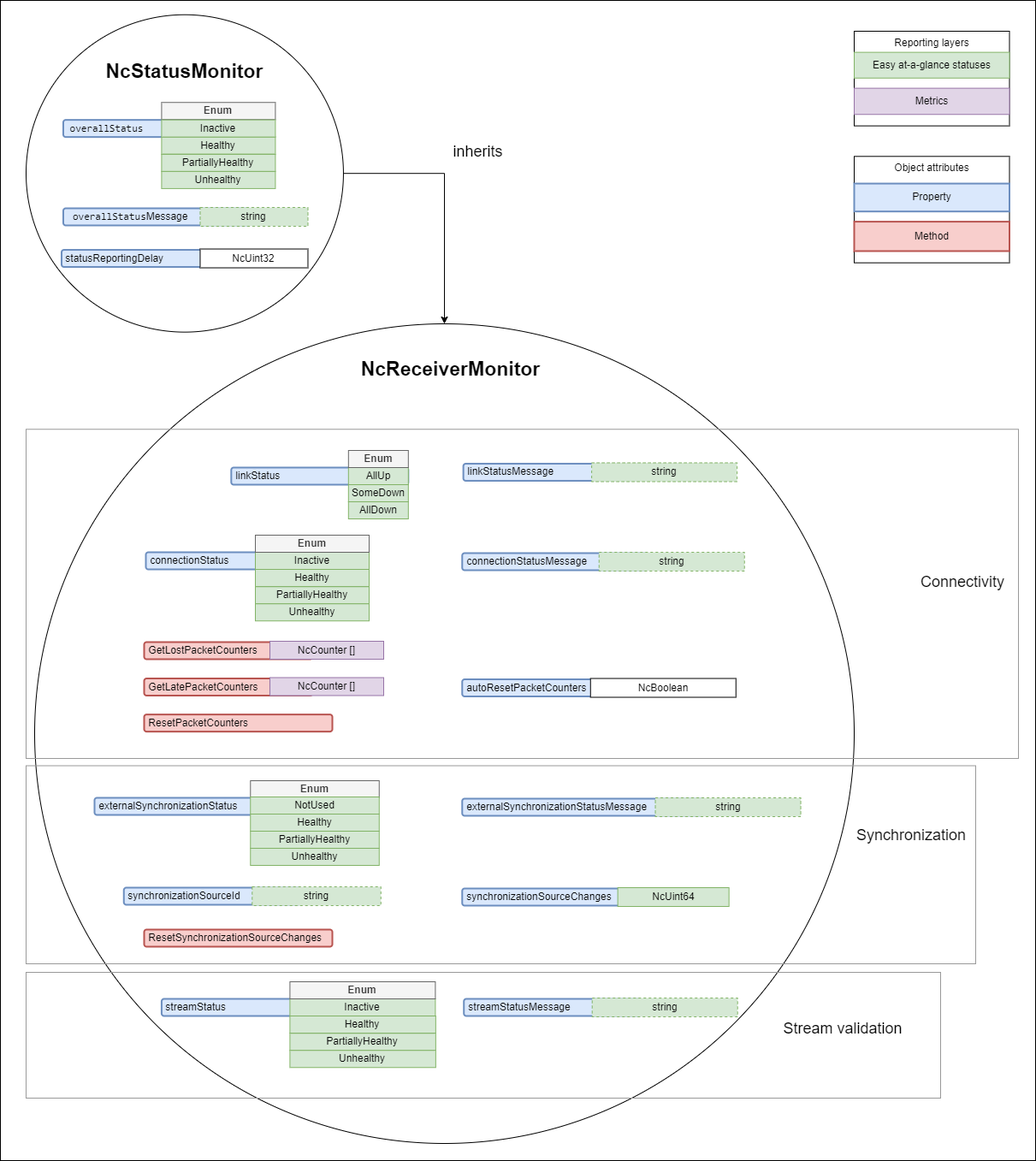
AMWA-TV/bcp-008-01 keeps this draw.io diagram as docs/images/receiver-model-minimal.png. Above is the earlier version. Source tidied: cells renumbered, new cells last; positions are measured from the earlier drawing's top-left corner, leaving out a move shared by most shapes.
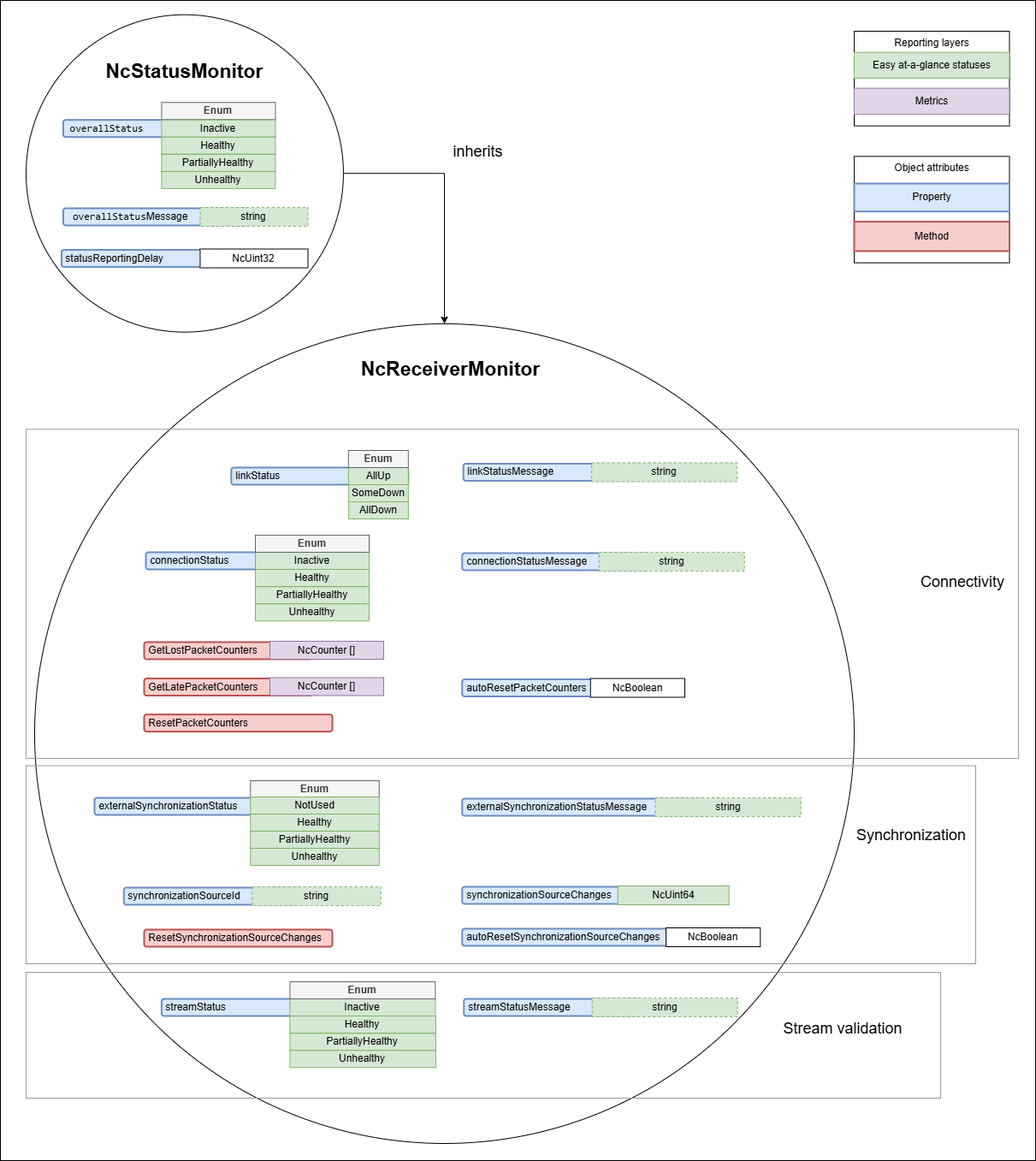
After the commit.

Commit message:
Add autoResetSynchronizationSourceChanges property

The edit, as a diff of the source:
```diff
@@ -211,16 +211,22 @@
       <mxGeometry x="539.8" y="793.5" width="207.5" height="20" as="geometry" />
     </mxCell>
     <mxCell id="70" value="NcBoolean" style="rounded=0;whiteSpace=wrap;html=1;" parent="1" vertex="1">
-      <mxGeometry x="689.8" y="792.5" width="170" height="22" as="geometry" />
+      <mxGeometry x="689.8" y="792.5" width="110.2" height="22" as="geometry" />
     </mxCell>
     <mxCell id="71" value="&amp;nbsp;ResetSynchronizationSourceChanges" style="rounded=1;whiteSpace=wrap;html=1;align=left;fillColor=#f8cecc;strokeColor=#b85450;strokeWidth=2;" parent="1" vertex="1">
       <mxGeometry x="168" y="1086" width="220" height="20" as="geometry" />
     </mxCell>
     <mxCell id="72" value="&amp;nbsp;synchronizationSourceChanges" style="rounded=1;whiteSpace=wrap;html=1;align=left;fillColor=#dae8fc;strokeColor=#6c8ebf;strokeWidth=2;" parent="1" vertex="1">
-      <mxGeometry x="539.8" y="1038" width="206.5" height="20" as="geometry" />
+      <mxGeometry x="539.8" y="1036" width="206.5" height="20" as="geometry" />
     </mxCell>
     <mxCell id="73" value="NcUint64" style="rounded=0;whiteSpace=wrap;html=1;fillColor=#d5e8d4;strokeColor=#82b366;" parent="1" vertex="1">
-      <mxGeometry x="721.6" y="1037" width="130" height="22" as="geometry" />
+      <mxGeometry x="721.6" y="1035" width="130" height="22" as="geometry" />
     </mxCell>
+    <mxCell id="74" value="&amp;nbsp;autoResetSynchronizationSourceChanges" style="rounded=1;whiteSpace=wrap;html=1;align=left;fillColor=#dae8fc;strokeColor=#6c8ebf;strokeWidth=2;" parent="1" vertex="1">
+      <mxGeometry x="539.8" y="1085" width="240.2" height="20" as="geometry" />
+    </mxCell>
+    <mxCell id="75" value="NcBoolean" style="rounded=0;whiteSpace=wrap;html=1;" parent="1" vertex="1">
+      <mxGeometry x="778" y="1084" width="110.2" height="22" as="geometry" />
+    </mxCell>
   </root>
 </mxGraphModel>
```
